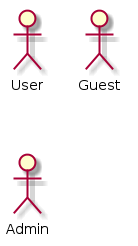
This is docs/images/generated/features_overview_stakeholders.png from aert/aert-climagraph, a PlantUML export, as it was before one commit.
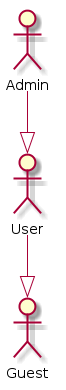
After the commit.

The edit, as a diff of the source:
```diff
@@ -5,4 +5,7 @@
    :Guest:
    :Admin:
 
+    User     --|> Guest
+    Admin    --|> User
+
 @enduml
```
